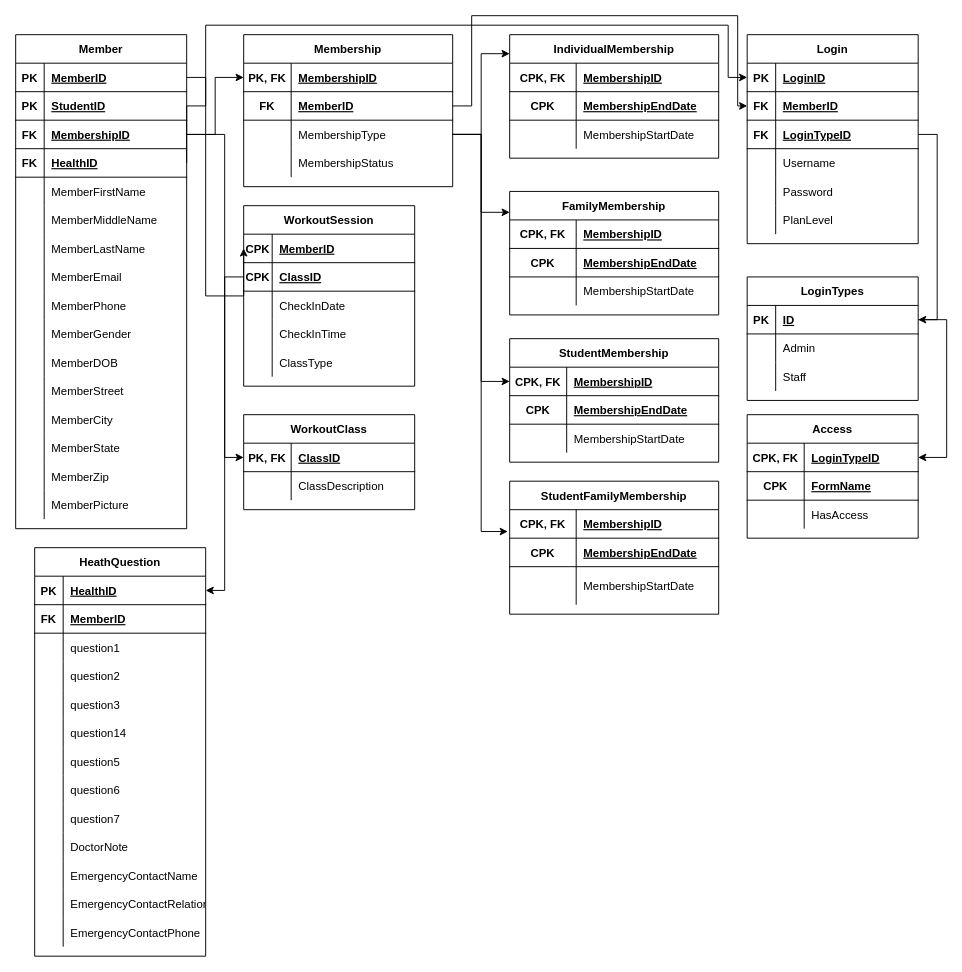
Above: Untitled Diagram.drawio in aayushbhurtel/gym-management-system (draw.io), before the change. Source tidied: cells renumbered, new cells numbered last; positions are measured from the earlier drawing's top-left corner, leaving out a move shared by most shapes. Both pictures are drawn from the tidied source at 95%, with x=0, y=0 at pixel (15, 15).
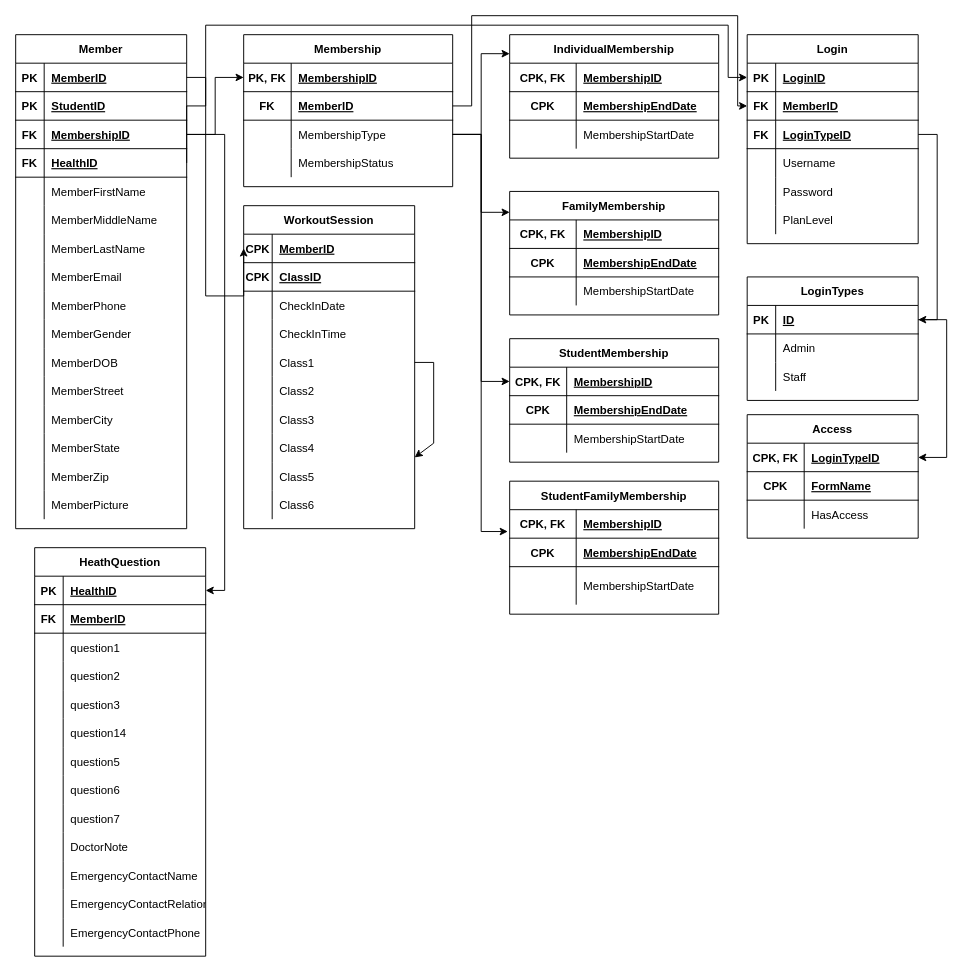
The same page after the edit.

The change refers to these unchanged cells:
```xml
<mxCell id="108" style="shape=tableRow;horizontal=0;startSize=0;swimlaneHead=0;swimlaneBody=0;fillColor=none;points=[[0,0.5],[1,0.5]];portConstraint=eastwest;top=0;left=0;right=0;bottom=1;" parent="104" vertex="1">
  <mxGeometry y="60" width="180" height="30" as="geometry" />
</mxCell>
<mxCell id="117" style="shape=tableRow;horizontal=0;startSize=0;swimlaneHead=0;swimlaneBody=0;fillColor=none;points=[[0,0.5],[1,0.5]];portConstraint=eastwest;top=0;left=0;right=0;bottom=0;" parent="104" vertex="1">
  <mxGeometry y="150" width="180" height="30" as="geometry" />
</mxCell>
```

Change to the diagram source:
```diff
@@
     <mxCell id="104" value="WorkoutSession" style="shape=table;startSize=30;childLayout=tableLayout;rowLines=0;fontStyle=1;align=center;" parent="1" vertex="1">
-      <mxGeometry x="240" y="200" width="180" height="190" as="geometry" />
+      <mxGeometry x="240" y="200" width="180" height="340" as="geometry" />
     </mxCell>
@@
-    <mxCell id="119" value="ClassType" style="shape=partialRectangle;fillColor=none;top=0;left=0;bottom=0;right=0;align=left;spacingLeft=6;overflow=hidden;" parent="117" vertex="1">
+    <mxCell id="119" value="Class1" style="shape=partialRectangle;fillColor=none;top=0;left=0;bottom=0;right=0;align=left;spacingLeft=6;overflow=hidden;" parent="117" vertex="1">
       <mxGeometry x="30" width="150" height="30" as="geometry" />
     </mxCell>
-    <mxCell id="120" value="WorkoutClass" style="shape=table;startSize=30;childLayout=tableLayout;rowLines=0;fontStyle=1;align=center;" parent="1" vertex="1">
-      <mxGeometry x="240" y="420" width="180" height="100" as="geometry" />
-    </mxCell>
-    <mxCell id="121" style="shape=tableRow;horizontal=0;startSize=0;swimlaneHead=0;swimlaneBody=0;fillColor=none;points=[[0,0.5],[1,0.5]];portConstraint=eastwest;top=0;left=0;right=0;bottom=1;" parent="120" vertex="1">
-      <mxGeometry y="30" width="180" height="30" as="geometry" />
-    </mxCell>
-    <mxCell id="122" value="PK, FK" style="shape=partialRectangle;fillColor=none;top=0;left=0;bottom=0;right=0;fontStyle=1;overflow=hidden;" parent="121" vertex="1">
-      <mxGeometry width="50" height="30" as="geometry" />
-    </mxCell>
-    <mxCell id="123" value="ClassID" style="shape=partialRectangle;fillColor=none;top=0;left=0;bottom=0;right=0;align=left;spacingLeft=6;fontStyle=5;overflow=hidden;" parent="121" vertex="1">
-      <mxGeometry x="50" width="130" height="30" as="geometry" />
-    </mxCell>
-    <mxCell id="124" style="shape=tableRow;horizontal=0;startSize=0;swimlaneHead=0;swimlaneBody=0;fillColor=none;top=0;left=0;right=0;bottom=0;" parent="120" vertex="1">
-      <mxGeometry y="60" width="180" height="30" as="geometry" />
-    </mxCell>
-    <mxCell id="125" style="shape=partialRectangle;fillColor=none;top=0;left=0;bottom=0;right=0;overflow=hidden;" parent="124" vertex="1">
-      <mxGeometry width="50" height="30" as="geometry" />
-    </mxCell>
-    <mxCell id="126" value="ClassDescription" style="shape=partialRectangle;fillColor=none;top=0;left=0;bottom=0;right=0;align=left;spacingLeft=6;overflow=hidden;" parent="124" vertex="1">
-      <mxGeometry x="50" width="130" height="30" as="geometry" />
-    </mxCell>
+    <mxCell id="218" style="shape=tableRow;horizontal=0;startSize=0;swimlaneHead=0;swimlaneBody=0;fillColor=none;top=0;left=0;right=0;bottom=0;" parent="104" vertex="1">
+      <mxGeometry y="180" width="180" height="30" as="geometry" />
+    </mxCell>
+    <mxCell id="219" style="shape=partialRectangle;fillColor=none;top=0;left=0;bottom=0;right=0;overflow=hidden;" parent="218" vertex="1">
+      <mxGeometry width="30" height="30" as="geometry" />
+    </mxCell>
+    <mxCell id="220" value="Class2" style="shape=partialRectangle;fillColor=none;top=0;left=0;bottom=0;right=0;align=left;spacingLeft=6;overflow=hidden;" parent="218" vertex="1">
+      <mxGeometry x="30" width="150" height="30" as="geometry" />
+    </mxCell>
+    <mxCell id="221" style="shape=tableRow;horizontal=0;startSize=0;swimlaneHead=0;swimlaneBody=0;fillColor=none;top=0;left=0;right=0;bottom=0;" parent="104" vertex="1">
+      <mxGeometry y="210" width="180" height="30" as="geometry" />
+    </mxCell>
+    <mxCell id="222" style="shape=partialRectangle;fillColor=none;top=0;left=0;bottom=0;right=0;overflow=hidden;" parent="221" vertex="1">
+      <mxGeometry width="30" height="30" as="geometry" />
+    </mxCell>
+    <mxCell id="223" value="Class3" style="shape=partialRectangle;fillColor=none;top=0;left=0;bottom=0;right=0;align=left;spacingLeft=6;overflow=hidden;" parent="221" vertex="1">
+      <mxGeometry x="30" width="150" height="30" as="geometry" />
+    </mxCell>
+    <mxCell id="224" style="shape=tableRow;horizontal=0;startSize=0;swimlaneHead=0;swimlaneBody=0;fillColor=none;top=0;left=0;right=0;bottom=0;" parent="104" vertex="1">
+      <mxGeometry y="240" width="180" height="30" as="geometry" />
+    </mxCell>
+    <mxCell id="225" style="shape=partialRectangle;fillColor=none;top=0;left=0;bottom=0;right=0;overflow=hidden;" parent="224" vertex="1">
+      <mxGeometry width="30" height="30" as="geometry" />
+    </mxCell>
+    <mxCell id="226" value="Class4" style="shape=partialRectangle;fillColor=none;top=0;left=0;bottom=0;right=0;align=left;spacingLeft=6;overflow=hidden;" parent="224" vertex="1">
+      <mxGeometry x="30" width="150" height="30" as="geometry" />
+    </mxCell>
+    <mxCell id="227" style="shape=tableRow;horizontal=0;startSize=0;swimlaneHead=0;swimlaneBody=0;fillColor=none;top=0;left=0;right=0;bottom=0;" parent="104" vertex="1">
+      <mxGeometry y="270" width="180" height="30" as="geometry" />
+    </mxCell>
+    <mxCell id="228" style="shape=partialRectangle;fillColor=none;top=0;left=0;bottom=0;right=0;overflow=hidden;" parent="227" vertex="1">
+      <mxGeometry width="30" height="30" as="geometry" />
+    </mxCell>
+    <mxCell id="229" value="Class5" style="shape=partialRectangle;fillColor=none;top=0;left=0;bottom=0;right=0;align=left;spacingLeft=6;overflow=hidden;" parent="227" vertex="1">
+      <mxGeometry x="30" width="150" height="30" as="geometry" />
+    </mxCell>
+    <mxCell id="230" style="shape=tableRow;horizontal=0;startSize=0;swimlaneHead=0;swimlaneBody=0;fillColor=none;top=0;left=0;right=0;bottom=0;" parent="104" vertex="1">
+      <mxGeometry y="300" width="180" height="30" as="geometry" />
+    </mxCell>
+    <mxCell id="231" style="shape=partialRectangle;fillColor=none;top=0;left=0;bottom=0;right=0;overflow=hidden;" parent="230" vertex="1">
+      <mxGeometry width="30" height="30" as="geometry" />
+    </mxCell>
+    <mxCell id="232" value="Class6" style="shape=partialRectangle;fillColor=none;top=0;left=0;bottom=0;right=0;align=left;spacingLeft=6;overflow=hidden;" parent="230" vertex="1">
+      <mxGeometry x="30" width="150" height="30" as="geometry" />
+    </mxCell>
@@
-    <mxCell id="174" style="edgeStyle=orthogonalEdgeStyle;rounded=0;jettySize=auto;html=1;exitX=0;exitY=0.5;exitDx=0;exitDy=0;entryX=0;entryY=0.5;entryDx=0;entryDy=0;" parent="1" edge="1" source="108" target="121">
-      <mxGeometry relative="1" as="geometry" />
-    </mxCell>
@@
+    <mxCell id="233" style="endArrow=classic;html=1;rounded=0;exitX=1;exitY=0.5;exitDx=0;exitDy=0;entryX=1;entryY=0.5;entryDx=0;entryDy=0;" parent="1" edge="1" source="117">
+      <mxGeometry relative="1" as="geometry">
+        <mxPoint x="420" y="465" as="targetPoint" />
+        <Array as="points">
+          <mxPoint x="440" y="365" />
+          <mxPoint x="440" y="450" />
+        </Array>
+      </mxGeometry>
+    </mxCell>
```
